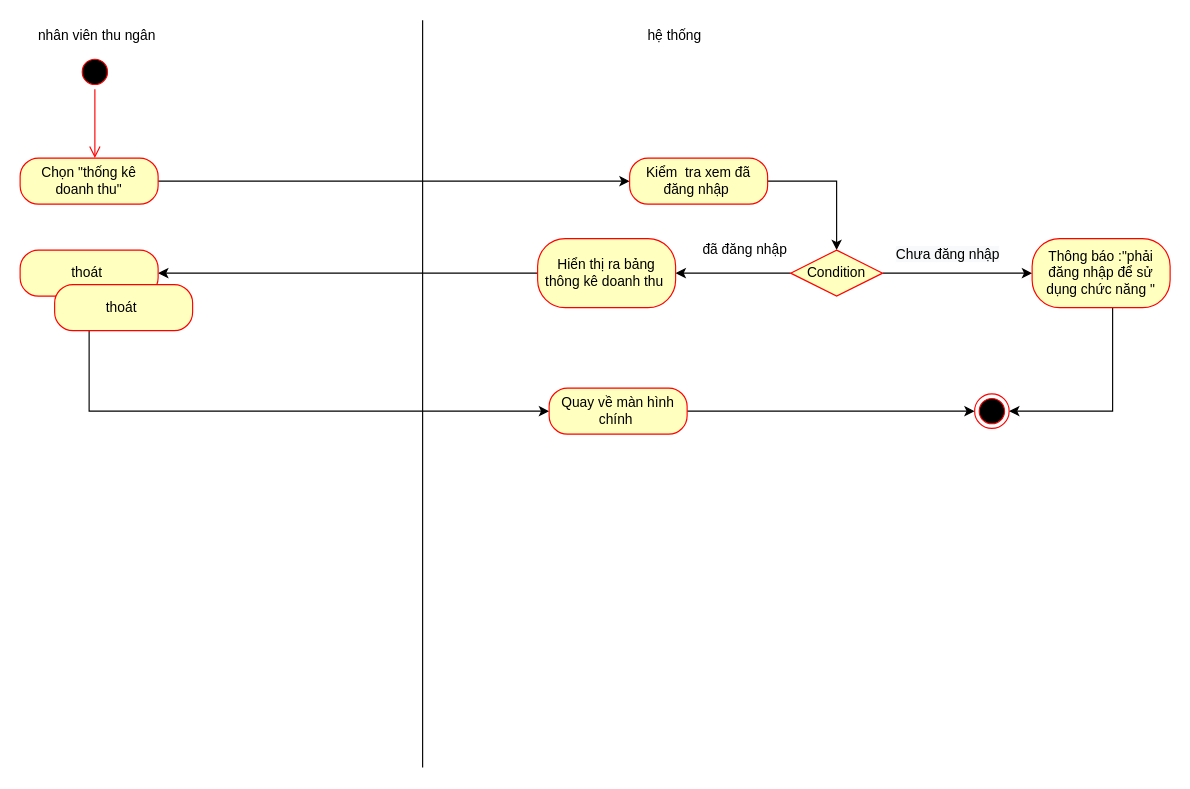
sonha1/aaaa keeps this draw.io diagram as page "thông kê doanh thu tại quầy thu ngân" (9 of 11) of Untitled Diagram.drawio. Above is the earlier version. Source tidied: cells renumbered, new cells numbered last; positions are measured from the earlier drawing's top-left corner, leaving out a move shared by most shapes. Both pictures are drawn from the tidied source at 115%, with x=0, y=0 at pixel (20, 20).
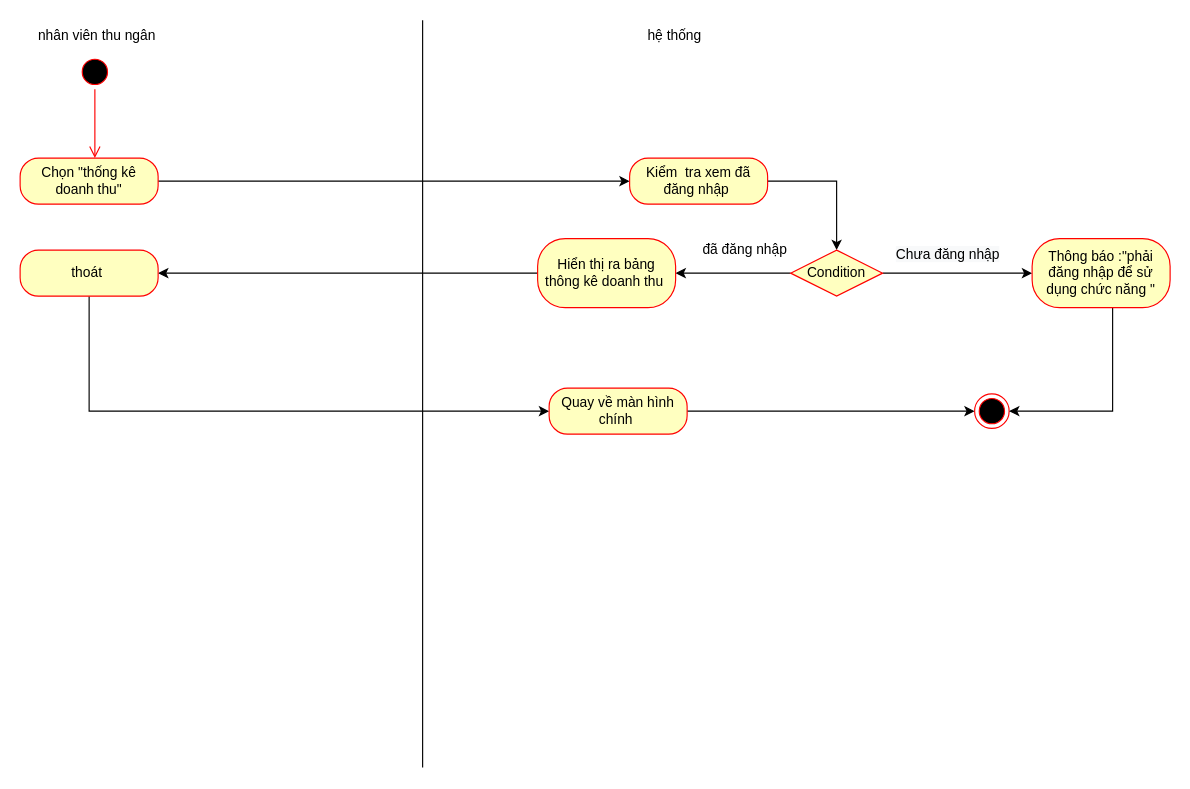
The same diagram, later.

What changed in the source:
```diff
@@
-    <mxCell id="25" value="thoát&amp;nbsp;" style="rounded=1;whiteSpace=wrap;html=1;arcSize=40;fontColor=#000000;fillColor=#ffffc0;strokeColor=#ff0000;" parent="1" vertex="1">
-      <mxGeometry x="30" y="230" width="120" height="40" as="geometry" />
-    </mxCell>
```
